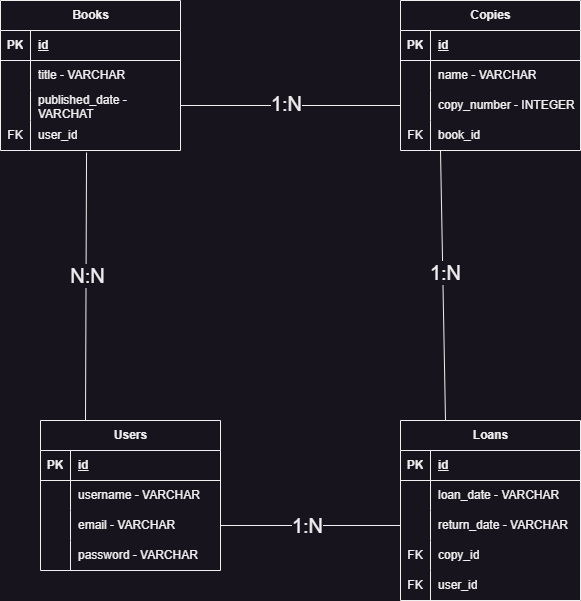
The draw.io diagram DER.png in projeto-final-biblioteka-T15/Biblioteka, before a commit. Source tidied: cells renumbered, new cells last; positions are measured from the earlier drawing's top-left corner, leaving out a move shared by most shapes. Its diagram source:
```xml
<mxGraphModel>
  <root>
    <mxCell id="0" />
    <mxCell id="1" parent="0" />
    <mxCell id="2" value="Books" style="shape=table;startSize=30;rowLines=0;fontStyle=1;align=center;html=1;" parent="1" vertex="1">
      <mxGeometry width="180" height="150" as="geometry" />
    </mxCell>
    <mxCell id="3" style="shape=tableRow;horizontal=0;startSize=0;swimlaneHead=0;swimlaneBody=0;fillColor=none;top=0;left=0;right=0;bottom=1;" parent="2" vertex="1">
      <mxGeometry y="30" width="180" height="30" as="geometry" />
    </mxCell>
    <mxCell id="4" value="PK" style="shape=partialRectangle;fillColor=none;top=0;left=0;bottom=0;right=0;fontStyle=1;overflow=hidden;whiteSpace=wrap;html=1;" parent="3" vertex="1">
      <mxGeometry width="30" height="30" as="geometry" />
    </mxCell>
    <mxCell id="5" value="id" style="shape=partialRectangle;fillColor=none;top=0;left=0;bottom=0;right=0;align=left;spacingLeft=6;fontStyle=5;overflow=hidden;whiteSpace=wrap;html=1;" parent="3" vertex="1">
      <mxGeometry x="30" width="150" height="30" as="geometry" />
    </mxCell>
    <mxCell id="6" style="shape=tableRow;horizontal=0;startSize=0;swimlaneHead=0;swimlaneBody=0;fillColor=none;top=0;left=0;right=0;bottom=0;" parent="2" vertex="1">
      <mxGeometry y="60" width="180" height="30" as="geometry" />
    </mxCell>
    <mxCell id="7" style="shape=partialRectangle;fillColor=none;top=0;left=0;bottom=0;right=0;overflow=hidden;whiteSpace=wrap;html=1;" parent="6" vertex="1">
      <mxGeometry width="30" height="30" as="geometry" />
    </mxCell>
    <mxCell id="8" value="title - VARCHAR" style="shape=partialRectangle;fillColor=none;top=0;left=0;bottom=0;right=0;align=left;spacingLeft=6;overflow=hidden;whiteSpace=wrap;html=1;" parent="6" vertex="1">
      <mxGeometry x="30" width="150" height="30" as="geometry" />
    </mxCell>
    <mxCell id="9" style="shape=tableRow;horizontal=0;startSize=0;swimlaneHead=0;swimlaneBody=0;fillColor=none;points=[[0,0.5],[1,0.5]];portConstraint=eastwest;top=0;left=0;right=0;bottom=0;" parent="2" vertex="1">
      <mxGeometry y="90" width="180" height="30" as="geometry" />
    </mxCell>
    <mxCell id="10" style="shape=partialRectangle;fillColor=none;top=0;left=0;bottom=0;right=0;overflow=hidden;whiteSpace=wrap;html=1;" parent="9" vertex="1">
      <mxGeometry width="30" height="30" as="geometry" />
    </mxCell>
    <mxCell id="11" value="published_date - VARCHAT" style="shape=partialRectangle;fillColor=none;top=0;left=0;bottom=0;right=0;align=left;spacingLeft=6;overflow=hidden;whiteSpace=wrap;html=1;" parent="9" vertex="1">
      <mxGeometry x="30" width="150" height="30" as="geometry" />
    </mxCell>
    <mxCell id="12" style="shape=tableRow;horizontal=0;startSize=0;swimlaneHead=0;swimlaneBody=0;fillColor=none;points=[[0,0.5],[1,0.5]];portConstraint=eastwest;top=0;left=0;right=0;bottom=0;" parent="2" vertex="1">
      <mxGeometry y="120" width="180" height="30" as="geometry" />
    </mxCell>
    <mxCell id="13" value="FK" style="shape=partialRectangle;fillColor=none;top=0;left=0;bottom=0;right=0;overflow=hidden;whiteSpace=wrap;html=1;" parent="12" vertex="1">
      <mxGeometry width="30" height="30" as="geometry" />
    </mxCell>
    <mxCell id="14" value="user_id" style="shape=partialRectangle;fillColor=none;top=0;left=0;bottom=0;right=0;align=left;spacingLeft=6;overflow=hidden;whiteSpace=wrap;html=1;" parent="12" vertex="1">
      <mxGeometry x="30" width="150" height="30" as="geometry" />
    </mxCell>
    <mxCell id="15" value="Copies" style="shape=table;startSize=30;rowLines=0;fontStyle=1;align=center;html=1;" parent="1" vertex="1">
      <mxGeometry x="400" width="180" height="150" as="geometry" />
    </mxCell>
    <mxCell id="16" style="shape=tableRow;horizontal=0;startSize=0;swimlaneHead=0;swimlaneBody=0;fillColor=none;top=0;left=0;right=0;bottom=1;" parent="15" vertex="1">
      <mxGeometry y="30" width="180" height="30" as="geometry" />
    </mxCell>
    <mxCell id="17" value="PK" style="shape=partialRectangle;fillColor=none;top=0;left=0;bottom=0;right=0;fontStyle=1;overflow=hidden;whiteSpace=wrap;html=1;" parent="16" vertex="1">
      <mxGeometry width="30" height="30" as="geometry" />
    </mxCell>
    <mxCell id="18" value="id" style="shape=partialRectangle;fillColor=none;top=0;left=0;bottom=0;right=0;align=left;spacingLeft=6;fontStyle=5;overflow=hidden;whiteSpace=wrap;html=1;" parent="16" vertex="1">
      <mxGeometry x="30" width="150" height="30" as="geometry" />
    </mxCell>
    <mxCell id="19" style="shape=tableRow;horizontal=0;startSize=0;swimlaneHead=0;swimlaneBody=0;fillColor=none;top=0;left=0;right=0;bottom=0;" parent="15" vertex="1">
      <mxGeometry y="60" width="180" height="30" as="geometry" />
    </mxCell>
    <mxCell id="20" style="shape=partialRectangle;fillColor=none;top=0;left=0;bottom=0;right=0;overflow=hidden;whiteSpace=wrap;html=1;" parent="19" vertex="1">
      <mxGeometry width="30" height="30" as="geometry" />
    </mxCell>
    <mxCell id="21" value="name - VARCHAR" style="shape=partialRectangle;fillColor=none;top=0;left=0;bottom=0;right=0;align=left;spacingLeft=6;overflow=hidden;whiteSpace=wrap;html=1;" parent="19" vertex="1">
      <mxGeometry x="30" width="150" height="30" as="geometry" />
    </mxCell>
    <mxCell id="22" style="shape=tableRow;horizontal=0;startSize=0;swimlaneHead=0;swimlaneBody=0;fillColor=none;points=[[0,0.5],[1,0.5]];portConstraint=eastwest;top=0;left=0;right=0;bottom=0;" parent="15" vertex="1">
      <mxGeometry y="90" width="180" height="30" as="geometry" />
    </mxCell>
    <mxCell id="23" style="shape=partialRectangle;fillColor=none;top=0;left=0;bottom=0;right=0;overflow=hidden;whiteSpace=wrap;html=1;" parent="22" vertex="1">
      <mxGeometry width="30" height="30" as="geometry" />
    </mxCell>
    <mxCell id="24" value="copy_number - INTEGER" style="shape=partialRectangle;fillColor=none;top=0;left=0;bottom=0;right=0;align=left;spacingLeft=6;overflow=hidden;whiteSpace=wrap;html=1;" parent="22" vertex="1">
      <mxGeometry x="30" width="150" height="30" as="geometry" />
    </mxCell>
    <mxCell id="25" style="shape=tableRow;horizontal=0;startSize=0;swimlaneHead=0;swimlaneBody=0;fillColor=none;points=[[0,0.5],[1,0.5]];portConstraint=eastwest;top=0;left=0;right=0;bottom=0;" parent="15" vertex="1">
      <mxGeometry y="120" width="180" height="30" as="geometry" />
    </mxCell>
    <mxCell id="26" value="FK" style="shape=partialRectangle;fillColor=none;top=0;left=0;bottom=0;right=0;overflow=hidden;whiteSpace=wrap;html=1;" parent="25" vertex="1">
      <mxGeometry width="30" height="30" as="geometry" />
    </mxCell>
    <mxCell id="27" value="book_id" style="shape=partialRectangle;fillColor=none;top=0;left=0;bottom=0;right=0;align=left;spacingLeft=6;overflow=hidden;whiteSpace=wrap;html=1;" parent="25" vertex="1">
      <mxGeometry x="30" width="150" height="30" as="geometry" />
    </mxCell>
    <mxCell id="28" value="Loans" style="shape=table;startSize=30;rowLines=0;fontStyle=1;align=center;html=1;" parent="1" vertex="1">
      <mxGeometry x="400" y="420" width="180" height="180" as="geometry" />
    </mxCell>
    <mxCell id="29" style="shape=tableRow;horizontal=0;startSize=0;swimlaneHead=0;swimlaneBody=0;fillColor=none;top=0;left=0;right=0;bottom=1;" parent="28" vertex="1">
      <mxGeometry y="30" width="180" height="30" as="geometry" />
    </mxCell>
    <mxCell id="30" value="PK" style="shape=partialRectangle;fillColor=none;top=0;left=0;bottom=0;right=0;fontStyle=1;overflow=hidden;whiteSpace=wrap;html=1;" parent="29" vertex="1">
      <mxGeometry width="30" height="30" as="geometry" />
    </mxCell>
    <mxCell id="31" value="id" style="shape=partialRectangle;fillColor=none;top=0;left=0;bottom=0;right=0;align=left;spacingLeft=6;fontStyle=5;overflow=hidden;whiteSpace=wrap;html=1;" parent="29" vertex="1">
      <mxGeometry x="30" width="150" height="30" as="geometry" />
    </mxCell>
    <mxCell id="32" style="shape=tableRow;horizontal=0;startSize=0;swimlaneHead=0;swimlaneBody=0;fillColor=none;top=0;left=0;right=0;bottom=0;" parent="28" vertex="1">
      <mxGeometry y="60" width="180" height="30" as="geometry" />
    </mxCell>
    <mxCell id="33" style="shape=partialRectangle;fillColor=none;top=0;left=0;bottom=0;right=0;overflow=hidden;whiteSpace=wrap;html=1;" parent="32" vertex="1">
      <mxGeometry width="30" height="30" as="geometry" />
    </mxCell>
    <mxCell id="34" value="loan_date - VARCHAR" style="shape=partialRectangle;fillColor=none;top=0;left=0;bottom=0;right=0;align=left;spacingLeft=6;overflow=hidden;whiteSpace=wrap;html=1;" parent="32" vertex="1">
      <mxGeometry x="30" width="150" height="30" as="geometry" />
    </mxCell>
    <mxCell id="35" style="shape=tableRow;horizontal=0;startSize=0;swimlaneHead=0;swimlaneBody=0;fillColor=none;points=[[0,0.5],[1,0.5]];portConstraint=eastwest;top=0;left=0;right=0;bottom=0;" parent="28" vertex="1">
      <mxGeometry y="90" width="180" height="30" as="geometry" />
    </mxCell>
    <mxCell id="36" style="shape=partialRectangle;fillColor=none;top=0;left=0;bottom=0;right=0;overflow=hidden;whiteSpace=wrap;html=1;" parent="35" vertex="1">
      <mxGeometry width="30" height="30" as="geometry" />
    </mxCell>
    <mxCell id="37" value="return_date - VARCHAR" style="shape=partialRectangle;fillColor=none;top=0;left=0;bottom=0;right=0;align=left;spacingLeft=6;overflow=hidden;whiteSpace=wrap;html=1;" parent="35" vertex="1">
      <mxGeometry x="30" width="150" height="30" as="geometry" />
    </mxCell>
    <mxCell id="38" style="shape=tableRow;horizontal=0;startSize=0;swimlaneHead=0;swimlaneBody=0;fillColor=none;top=0;left=0;right=0;bottom=0;" parent="28" vertex="1">
      <mxGeometry y="120" width="180" height="30" as="geometry" />
    </mxCell>
    <mxCell id="39" value="FK" style="shape=partialRectangle;fillColor=none;top=0;left=0;bottom=0;right=0;overflow=hidden;whiteSpace=wrap;html=1;" parent="38" vertex="1">
      <mxGeometry width="30" height="30" as="geometry" />
    </mxCell>
    <mxCell id="40" value="copy_id" style="shape=partialRectangle;fillColor=none;top=0;left=0;bottom=0;right=0;align=left;spacingLeft=6;overflow=hidden;whiteSpace=wrap;html=1;" parent="38" vertex="1">
      <mxGeometry x="30" width="150" height="30" as="geometry" />
    </mxCell>
    <mxCell id="41" style="shape=tableRow;horizontal=0;startSize=0;swimlaneHead=0;swimlaneBody=0;fillColor=none;top=0;left=0;right=0;bottom=0;" parent="28" vertex="1">
      <mxGeometry y="150" width="180" height="30" as="geometry" />
    </mxCell>
    <mxCell id="42" value="FK" style="shape=partialRectangle;fillColor=none;top=0;left=0;bottom=0;right=0;overflow=hidden;whiteSpace=wrap;html=1;" parent="41" vertex="1">
      <mxGeometry width="30" height="30" as="geometry" />
    </mxCell>
    <mxCell id="43" value="user_id" style="shape=partialRectangle;fillColor=none;top=0;left=0;bottom=0;right=0;align=left;spacingLeft=6;overflow=hidden;whiteSpace=wrap;html=1;" parent="41" vertex="1">
      <mxGeometry x="30" width="150" height="30" as="geometry" />
    </mxCell>
    <mxCell id="44" value="Users" style="shape=table;startSize=30;rowLines=0;fontStyle=1;align=center;html=1;" parent="1" vertex="1">
      <mxGeometry x="40" y="420" width="180" height="150" as="geometry" />
    </mxCell>
    <mxCell id="45" style="shape=tableRow;horizontal=0;startSize=0;swimlaneHead=0;swimlaneBody=0;fillColor=none;top=0;left=0;right=0;bottom=1;" parent="44" vertex="1">
      <mxGeometry y="30" width="180" height="30" as="geometry" />
    </mxCell>
    <mxCell id="46" value="PK" style="shape=partialRectangle;fillColor=none;top=0;left=0;bottom=0;right=0;fontStyle=1;overflow=hidden;whiteSpace=wrap;html=1;" parent="45" vertex="1">
      <mxGeometry width="30" height="30" as="geometry" />
    </mxCell>
    <mxCell id="47" value="id" style="shape=partialRectangle;fillColor=none;top=0;left=0;bottom=0;right=0;align=left;spacingLeft=6;fontStyle=5;overflow=hidden;whiteSpace=wrap;html=1;" parent="45" vertex="1">
      <mxGeometry x="30" width="150" height="30" as="geometry" />
    </mxCell>
    <mxCell id="48" style="shape=tableRow;horizontal=0;startSize=0;swimlaneHead=0;swimlaneBody=0;fillColor=none;top=0;left=0;right=0;bottom=0;" parent="44" vertex="1">
      <mxGeometry y="60" width="180" height="30" as="geometry" />
    </mxCell>
    <mxCell id="49" style="shape=partialRectangle;fillColor=none;top=0;left=0;bottom=0;right=0;overflow=hidden;whiteSpace=wrap;html=1;" parent="48" vertex="1">
      <mxGeometry width="30" height="30" as="geometry" />
    </mxCell>
    <mxCell id="50" value="username - VARCHAR" style="shape=partialRectangle;fillColor=none;top=0;left=0;bottom=0;right=0;align=left;spacingLeft=6;overflow=hidden;whiteSpace=wrap;html=1;" parent="48" vertex="1">
      <mxGeometry x="30" width="150" height="30" as="geometry" />
    </mxCell>
    <mxCell id="51" style="shape=tableRow;horizontal=0;startSize=0;swimlaneHead=0;swimlaneBody=0;fillColor=none;points=[[0,0.5],[1,0.5]];portConstraint=eastwest;top=0;left=0;right=0;bottom=0;" parent="44" vertex="1">
      <mxGeometry y="90" width="180" height="30" as="geometry" />
    </mxCell>
    <mxCell id="52" style="shape=partialRectangle;fillColor=none;top=0;left=0;bottom=0;right=0;overflow=hidden;whiteSpace=wrap;html=1;" parent="51" vertex="1">
      <mxGeometry width="30" height="30" as="geometry" />
    </mxCell>
    <mxCell id="53" value="email - VARCHAR" style="shape=partialRectangle;fillColor=none;top=0;left=0;bottom=0;right=0;align=left;spacingLeft=6;overflow=hidden;whiteSpace=wrap;html=1;" parent="51" vertex="1">
      <mxGeometry x="30" width="150" height="30" as="geometry" />
    </mxCell>
    <mxCell id="54" style="shape=tableRow;horizontal=0;startSize=0;swimlaneHead=0;swimlaneBody=0;fillColor=none;top=0;left=0;right=0;bottom=0;" parent="44" vertex="1">
      <mxGeometry y="120" width="180" height="30" as="geometry" />
    </mxCell>
    <mxCell id="55" style="shape=partialRectangle;fillColor=none;top=0;left=0;bottom=0;right=0;overflow=hidden;whiteSpace=wrap;html=1;" parent="54" vertex="1">
      <mxGeometry width="30" height="30" as="geometry" />
    </mxCell>
    <mxCell id="56" value="password - VARCHAR" style="shape=partialRectangle;fillColor=none;top=0;left=0;bottom=0;right=0;align=left;spacingLeft=6;overflow=hidden;whiteSpace=wrap;html=1;" parent="54" vertex="1">
      <mxGeometry x="30" width="150" height="30" as="geometry" />
    </mxCell>
    <mxCell id="57" style="endArrow=none;html=1;rounded=0;exitX=1;exitY=0.5;exitDx=0;exitDy=0;entryX=0;entryY=0.5;entryDx=0;entryDy=0;" parent="1" edge="1" source="9" target="22">
      <mxGeometry relative="1" as="geometry" />
    </mxCell>
    <mxCell id="58" value="1:N" style="edgeLabel;html=1;align=center;verticalAlign=middle;fontSize=20;" parent="57" vertex="1">
      <mxGeometry x="-0.05" y="3" relative="1" as="geometry" />
    </mxCell>
    <mxCell id="59" style="endArrow=none;html=1;rounded=0;exitX=0.25;exitY=0;exitDx=0;exitDy=0;" parent="1" edge="1" source="28">
      <mxGeometry relative="1" as="geometry">
        <mxPoint x="440" y="150" as="targetPoint" />
      </mxGeometry>
    </mxCell>
    <mxCell id="60" value="1:N&lt;br style=&quot;font-size: 20px;&quot;&gt;" style="edgeLabel;html=1;align=center;verticalAlign=middle;fontSize=20;" parent="59" vertex="1">
      <mxGeometry x="0.1" y="-2" relative="1" as="geometry" />
    </mxCell>
    <mxCell id="61" style="endArrow=none;html=1;rounded=0;exitX=0;exitY=0.5;exitDx=0;exitDy=0;entryX=1;entryY=0.5;entryDx=0;entryDy=0;" parent="1" edge="1" source="35" target="51">
      <mxGeometry relative="1" as="geometry" />
    </mxCell>
    <mxCell id="62" value="1:N" style="edgeLabel;html=1;align=center;verticalAlign=middle;fontSize=20;" parent="61" vertex="1">
      <mxGeometry x="0.05" y="-1" relative="1" as="geometry" />
    </mxCell>
    <mxCell id="63" style="endArrow=none;html=1;rounded=0;entryX=0.478;entryY=1.067;entryDx=0;entryDy=0;entryPerimeter=0;exitX=0.25;exitY=0;exitDx=0;exitDy=0;" parent="1" edge="1" source="44" target="12">
      <mxGeometry relative="1" as="geometry" />
    </mxCell>
    <mxCell id="64" value="N:N" style="edgeLabel;html=1;align=center;verticalAlign=middle;fontSize=20;" parent="63" vertex="1">
      <mxGeometry x="0.09" y="-1" relative="1" as="geometry" />
    </mxCell>
  </root>
</mxGraphModel>
```
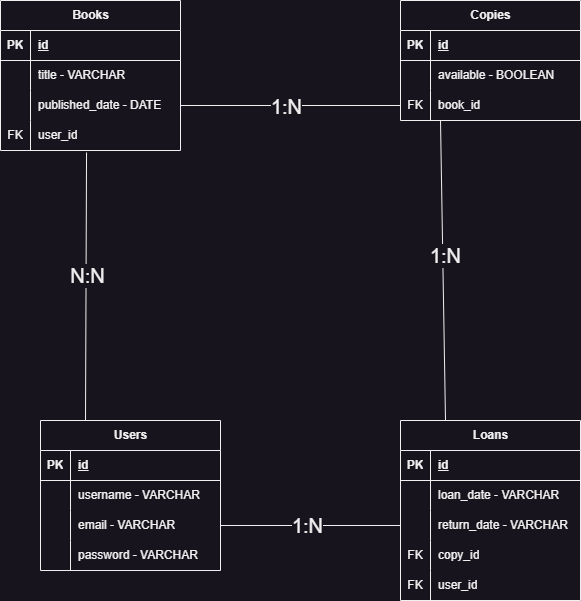
After the change.

What changed in the source:
```diff
@@ -29,7 +29,7 @@
     <mxCell id="10" style="shape=partialRectangle;fillColor=none;top=0;left=0;bottom=0;right=0;overflow=hidden;whiteSpace=wrap;html=1;" parent="9" vertex="1">
       <mxGeometry width="30" height="30" as="geometry" />
     </mxCell>
-    <mxCell id="11" value="published_date - VARCHAT" style="shape=partialRectangle;fillColor=none;top=0;left=0;bottom=0;right=0;align=left;spacingLeft=6;overflow=hidden;whiteSpace=wrap;html=1;" parent="9" vertex="1">
+    <mxCell id="11" value="published_date - DATE" style="shape=partialRectangle;fillColor=none;top=0;left=0;bottom=0;right=0;align=left;spacingLeft=6;overflow=hidden;whiteSpace=wrap;html=1;" parent="9" vertex="1">
       <mxGeometry x="30" width="150" height="30" as="geometry" />
     </mxCell>
     <mxCell id="12" style="shape=tableRow;horizontal=0;startSize=0;swimlaneHead=0;swimlaneBody=0;fillColor=none;points=[[0,0.5],[1,0.5]];portConstraint=eastwest;top=0;left=0;right=0;bottom=0;" parent="2" vertex="1">
@@ -42,7 +42,7 @@
       <mxGeometry x="30" width="150" height="30" as="geometry" />
     </mxCell>
     <mxCell id="15" value="Copies" style="shape=table;startSize=30;rowLines=0;fontStyle=1;align=center;html=1;" parent="1" vertex="1">
-      <mxGeometry x="400" width="180" height="150" as="geometry" />
+      <mxGeometry x="400" width="180" height="120" as="geometry" />
     </mxCell>
     <mxCell id="16" style="shape=tableRow;horizontal=0;startSize=0;swimlaneHead=0;swimlaneBody=0;fillColor=none;top=0;left=0;right=0;bottom=1;" parent="15" vertex="1">
       <mxGeometry y="30" width="180" height="30" as="geometry" />
@@ -59,20 +59,11 @@
     <mxCell id="20" style="shape=partialRectangle;fillColor=none;top=0;left=0;bottom=0;right=0;overflow=hidden;whiteSpace=wrap;html=1;" parent="19" vertex="1">
       <mxGeometry width="30" height="30" as="geometry" />
     </mxCell>
-    <mxCell id="21" value="name - VARCHAR" style="shape=partialRectangle;fillColor=none;top=0;left=0;bottom=0;right=0;align=left;spacingLeft=6;overflow=hidden;whiteSpace=wrap;html=1;" parent="19" vertex="1">
+    <mxCell id="21" value="available - BOOLEAN" style="shape=partialRectangle;fillColor=none;top=0;left=0;bottom=0;right=0;align=left;spacingLeft=6;overflow=hidden;whiteSpace=wrap;html=1;" parent="19" vertex="1">
       <mxGeometry x="30" width="150" height="30" as="geometry" />
     </mxCell>
-    <mxCell id="22" style="shape=tableRow;horizontal=0;startSize=0;swimlaneHead=0;swimlaneBody=0;fillColor=none;points=[[0,0.5],[1,0.5]];portConstraint=eastwest;top=0;left=0;right=0;bottom=0;" parent="15" vertex="1">
-      <mxGeometry y="90" width="180" height="30" as="geometry" />
-    </mxCell>
-    <mxCell id="23" style="shape=partialRectangle;fillColor=none;top=0;left=0;bottom=0;right=0;overflow=hidden;whiteSpace=wrap;html=1;" parent="22" vertex="1">
-      <mxGeometry width="30" height="30" as="geometry" />
-    </mxCell>
-    <mxCell id="24" value="copy_number - INTEGER" style="shape=partialRectangle;fillColor=none;top=0;left=0;bottom=0;right=0;align=left;spacingLeft=6;overflow=hidden;whiteSpace=wrap;html=1;" parent="22" vertex="1">
-      <mxGeometry x="30" width="150" height="30" as="geometry" />
-    </mxCell>
     <mxCell id="25" style="shape=tableRow;horizontal=0;startSize=0;swimlaneHead=0;swimlaneBody=0;fillColor=none;points=[[0,0.5],[1,0.5]];portConstraint=eastwest;top=0;left=0;right=0;bottom=0;" parent="15" vertex="1">
-      <mxGeometry y="120" width="180" height="30" as="geometry" />
+      <mxGeometry y="90" width="180" height="30" as="geometry" />
     </mxCell>
     <mxCell id="26" value="FK" style="shape=partialRectangle;fillColor=none;top=0;left=0;bottom=0;right=0;overflow=hidden;whiteSpace=wrap;html=1;" parent="25" vertex="1">
       <mxGeometry width="30" height="30" as="geometry" />
@@ -167,7 +158,7 @@
     <mxCell id="56" value="password - VARCHAR" style="shape=partialRectangle;fillColor=none;top=0;left=0;bottom=0;right=0;align=left;spacingLeft=6;overflow=hidden;whiteSpace=wrap;html=1;" parent="54" vertex="1">
       <mxGeometry x="30" width="150" height="30" as="geometry" />
     </mxCell>
-    <mxCell id="57" style="endArrow=none;html=1;rounded=0;exitX=1;exitY=0.5;exitDx=0;exitDy=0;entryX=0;entryY=0.5;entryDx=0;entryDy=0;" parent="1" edge="1" source="9" target="22">
+    <mxCell id="57" style="endArrow=none;html=1;rounded=0;exitX=1;exitY=0.5;exitDx=0;exitDy=0;entryX=0;entryY=0.5;entryDx=0;entryDy=0;" parent="1" edge="1" source="9" target="x">
       <mxGeometry relative="1" as="geometry" />
     </mxCell>
     <mxCell id="58" value="1:N" style="edgeLabel;html=1;align=center;verticalAlign=middle;fontSize=20;" parent="57" vertex="1">
@@ -175,7 +166,7 @@
     </mxCell>
     <mxCell id="59" style="endArrow=none;html=1;rounded=0;exitX=0.25;exitY=0;exitDx=0;exitDy=0;" parent="1" edge="1" source="28">
       <mxGeometry relative="1" as="geometry">
-        <mxPoint x="440" y="150" as="targetPoint" />
+        <mxPoint x="440" y="120" as="targetPoint" />
       </mxGeometry>
     </mxCell>
     <mxCell id="60" value="1:N&lt;br style=&quot;font-size: 20px;&quot;&gt;" style="edgeLabel;html=1;align=center;verticalAlign=middle;fontSize=20;" parent="59" vertex="1">
@@ -193,5 +184,11 @@
     <mxCell id="64" value="N:N" style="edgeLabel;html=1;align=center;verticalAlign=middle;fontSize=20;" parent="63" vertex="1">
       <mxGeometry x="0.09" y="-1" relative="1" as="geometry" />
     </mxCell>
+    <mxCell id="65" style="endArrow=none;html=1;rounded=0;exitX=1;exitY=0.5;exitDx=0;exitDy=0;entryX=0;entryY=0.5;entryDx=0;entryDy=0;" parent="1" edge="1" source="9" target="25">
+      <mxGeometry relative="1" as="geometry" />
+    </mxCell>
+    <mxCell id="66" value="&lt;font style=&quot;font-size: 20px;&quot;&gt;1:N&lt;/font&gt;" style="edgeLabel;html=1;align=center;verticalAlign=middle;" parent="65" vertex="1">
+      <mxGeometry x="-0.05" relative="1" as="geometry" />
+    </mxCell>
   </root>
 </mxGraphModel>
```
